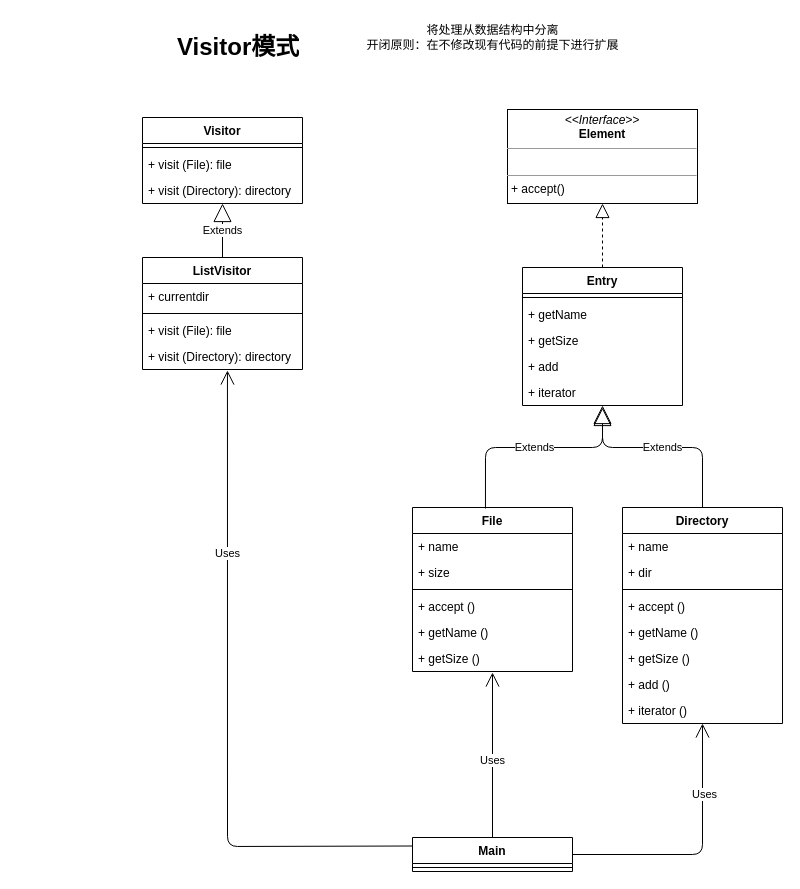
Earlier version of the draw.io diagram patterns/src/main/java/com/tenstone/leet/patterns/action/visitor/visitor.drawio (mozhou-tech/java-in-depth). Source tidied: cells renumbered, new cells numbered last; positions are measured from the earlier drawing's top-left corner, leaving out a move shared by most shapes. Both pictures are drawn from the tidied source at 100%, with x=0, y=0 at pixel (142, 22).
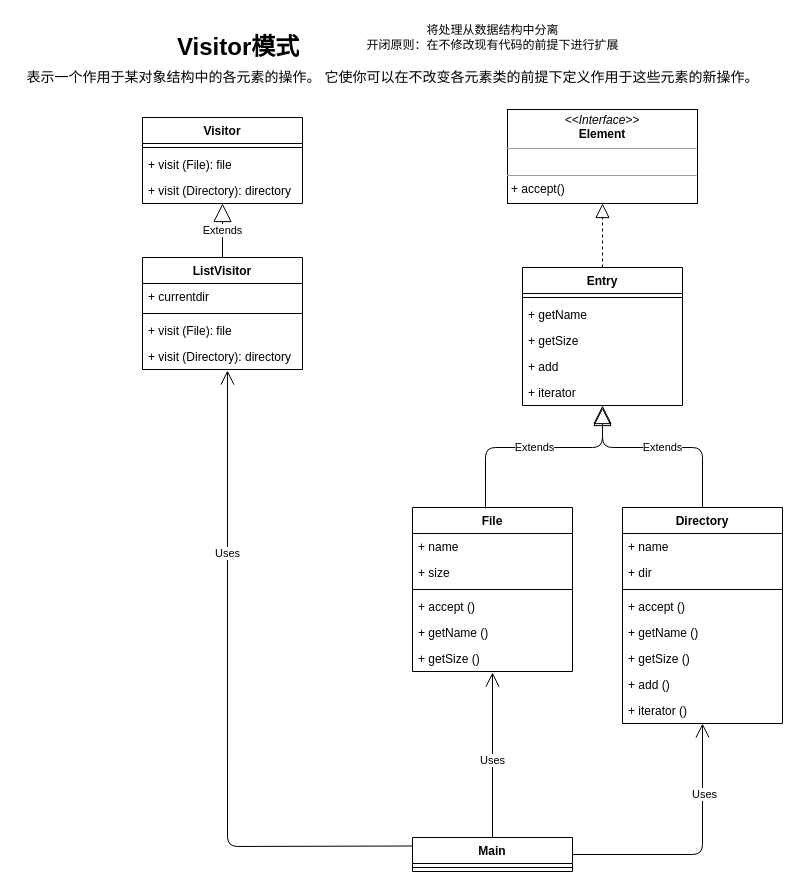
After the change.

Commit message:
visitor pattern

Change to the diagram source:
```diff
@@
+    <mxCell id="48" value="&lt;span style=&quot;font-family: &amp;#34;arial&amp;#34; , sans-serif ; text-align: left ; background-color: rgb(255 , 255 , 255)&quot;&gt;&lt;font style=&quot;font-size: 14px&quot;&gt;表示一个作用于某对象结构中的各元素的操作。 它使你可以在不改变各元素类的前提下定义作用于这些元素的新操作。&lt;/font&gt;&lt;/span&gt;" style="text;html=1;align=center;verticalAlign=middle;strokeColor=none;" parent="1" vertex="1">
+      <mxGeometry x="-125" y="45" width="750" height="20" as="geometry" />
+    </mxCell>
```
